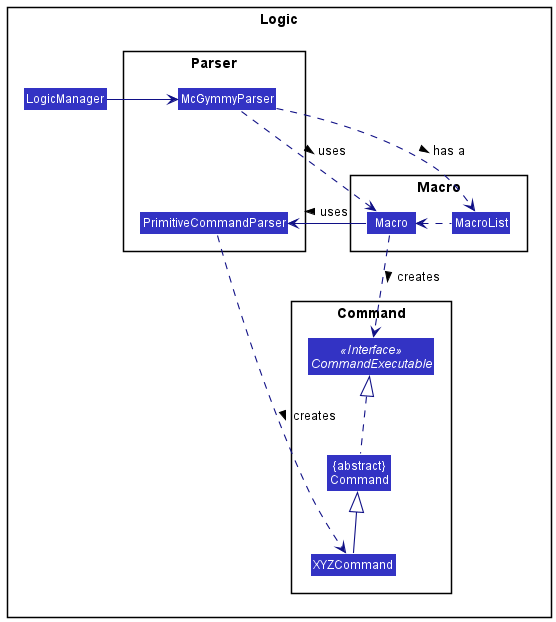
The PlantUML diagram docs/images/MacroClassDiagram.png in nus-cs2103-AY2021S1/tp, before a commit.
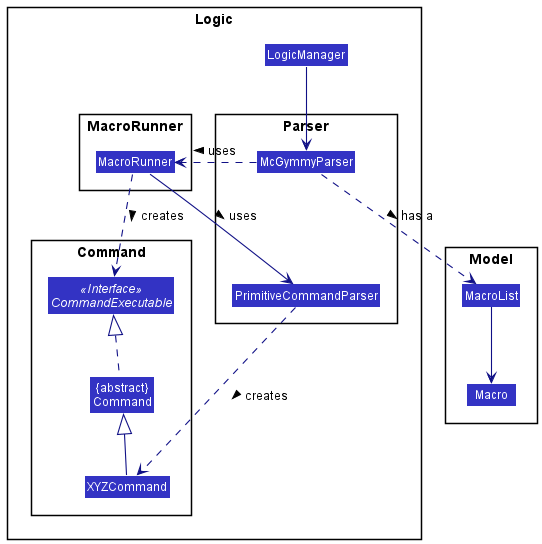
After the change.

Diff of the diagram source:
```diff
@@ -11,9 +11,8 @@
 Class PrimitiveCommandParser
 }
 
-Package Macro as MacroPackage {
-Class Macro
-Class MacroList
+Package MacroRunner as MacroPackage {
+Class MacroRunner
 }
 
 package Command as CommandPackage {
@@ -25,19 +24,24 @@
 Class LogicManager
 }
 
-LogicManager --right--> McGymmyParser
+package Model{
+Class MacroList
+Class Macro
+}
+
+LogicManager --> McGymmyParser
 
 PrimitiveCommandParser -[hidden]u- McGymmyParser
 PrimitiveCommandParser ..> XYZCommand : creates >
 XYZCommand -up-|> Command
 Command .up.|> CommandExecutable
 
-Macro --> PrimitiveCommandParser : uses >
-MacroList .left.> Macro
+MacroRunner --> PrimitiveCommandParser : uses >
+MacroRunner ..> CommandExecutable : creates >
 
-Macro ..> CommandExecutable : creates >
+MacroList -down-> Macro
 
 McGymmyParser ..> MacroList : has a >
-McGymmyParser ..> Macro : uses >
+McGymmyParser ..> MacroRunner : uses >
 
 @enduml
```
